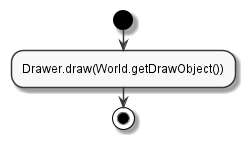
Earlier version of the PlantUML export docs/graph/out/docs/plantuml/drawcall.png (takiren/ExtendYourPerspectives).
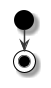
Later version of the same file.

The edit, as a diff of the source:
```diff
@@ -4,7 +4,6 @@
     padding 1
 }
 start
-:Drawer.draw(World.getDrawObject());
 
 stop
 @enduml
```
